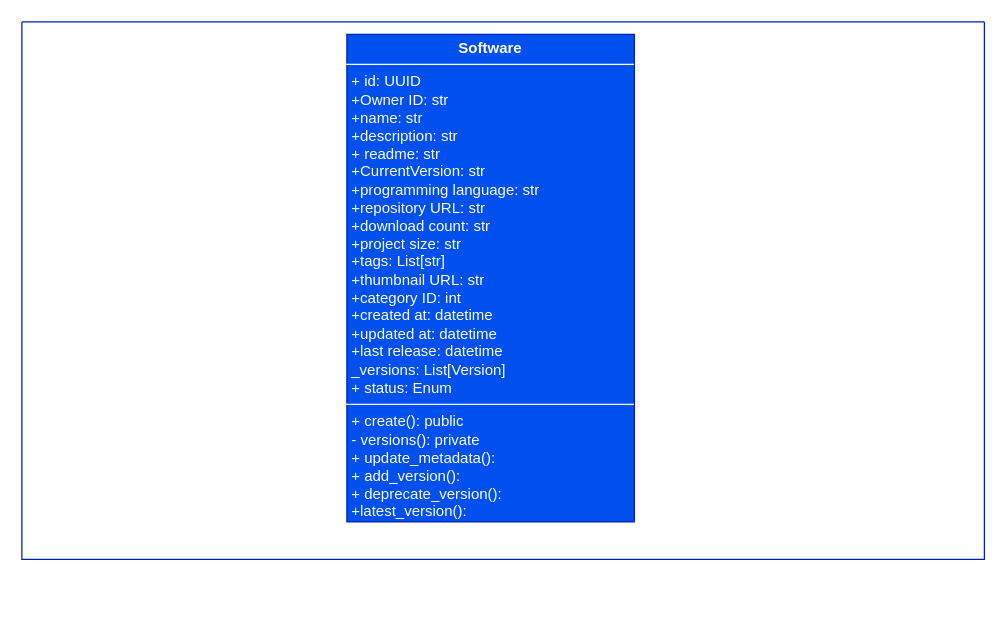
The draw.io diagram sms.drawio in peter-289/Tech-Pulse-, before the edit. Source tidied: cells renumbered, new cells numbered last; positions are measured from the earlier drawing's top-left corner, leaving out a move shared by most shapes. Both pictures are drawn from the tidied source at 125%, with x=0, y=0 at pixel (21, 21).
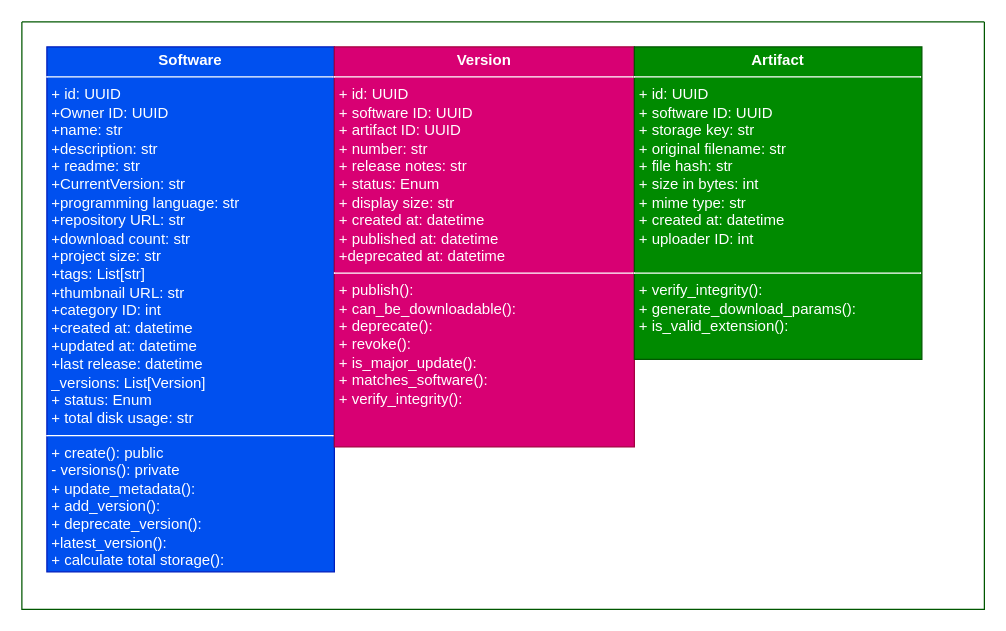
After the change.

Change to the diagram source:
```diff
@@
 <mxGraphModel>
   <root>
     <mxCell id="0" />
     <mxCell id="1" parent="0" />
-    <mxCell id="2" style="swimlane;startSize=0;fillColor=#0050ef;fontColor=#ffffff;strokeColor=#001DBC;" parent="1" vertex="1">
-      <mxGeometry width="770" height="430" as="geometry" />
+    <mxCell id="2" style="swimlane;startSize=0;fillColor=#008a00;fontColor=#ffffff;strokeColor=#005700;" parent="1" vertex="1">
+      <mxGeometry width="770" height="470" as="geometry" />
     </mxCell>
-    <mxCell id="3" value="&lt;p style=&quot;margin:0px;margin-top:4px;text-align:center;&quot;&gt;&lt;b&gt;Software&lt;/b&gt;&lt;/p&gt;&lt;hr size=&quot;1&quot; style=&quot;border-style:solid;&quot;&gt;&lt;p style=&quot;margin:0px;margin-left:4px;&quot;&gt;+ id: UUID&lt;/p&gt;&lt;p style=&quot;margin:0px;margin-left:4px;&quot;&gt;+Owner ID: str&lt;/p&gt;&lt;p style=&quot;margin:0px;margin-left:4px;&quot;&gt;+name: str&lt;/p&gt;&lt;p style=&quot;margin:0px;margin-left:4px;&quot;&gt;+description: str&lt;/p&gt;&lt;p style=&quot;margin:0px;margin-left:4px;&quot;&gt;+ readme: str&lt;/p&gt;&lt;p style=&quot;margin:0px;margin-left:4px;&quot;&gt;+CurrentVersion: str&lt;/p&gt;&lt;p style=&quot;margin:0px;margin-left:4px;&quot;&gt;+programming language: str&lt;/p&gt;&lt;p style=&quot;margin:0px;margin-left:4px;&quot;&gt;+repository URL: str&lt;/p&gt;&lt;p style=&quot;margin:0px;margin-left:4px;&quot;&gt;+download count: str&lt;/p&gt;&lt;p style=&quot;margin:0px;margin-left:4px;&quot;&gt;+project size: str&lt;/p&gt;&lt;p style=&quot;margin:0px;margin-left:4px;&quot;&gt;+tags: List[str]&lt;/p&gt;&lt;p style=&quot;margin:0px;margin-left:4px;&quot;&gt;+thumbnail URL: str&lt;/p&gt;&lt;p style=&quot;margin:0px;margin-left:4px;&quot;&gt;+category ID: int&lt;/p&gt;&lt;p style=&quot;margin:0px;margin-left:4px;&quot;&gt;+created at: datetime&lt;/p&gt;&lt;p style=&quot;margin:0px;margin-left:4px;&quot;&gt;+updated at: datetime&lt;/p&gt;&lt;p style=&quot;margin:0px;margin-left:4px;&quot;&gt;+last release: datetime&lt;/p&gt;&lt;p style=&quot;margin:0px;margin-left:4px;&quot;&gt;_versions: List[Version]&lt;/p&gt;&lt;p style=&quot;margin:0px;margin-left:4px;&quot;&gt;+ status: Enum&lt;/p&gt;&lt;hr size=&quot;1&quot; style=&quot;border-style:solid;&quot;&gt;&lt;p style=&quot;margin:0px;margin-left:4px;&quot;&gt;+ create(): public&lt;/p&gt;&lt;p style=&quot;margin:0px;margin-left:4px;&quot;&gt;- versions(): private&lt;/p&gt;&lt;p style=&quot;margin:0px;margin-left:4px;&quot;&gt;+ update_metadata():&lt;/p&gt;&lt;p style=&quot;margin:0px;margin-left:4px;&quot;&gt;+ add_version():&lt;/p&gt;&lt;p style=&quot;margin:0px;margin-left:4px;&quot;&gt;+ deprecate_version():&lt;/p&gt;&lt;p style=&quot;margin:0px;margin-left:4px;&quot;&gt;+latest_version():&lt;/p&gt;&lt;p style=&quot;margin:0px;margin-left:4px;&quot;&gt;&lt;br&gt;&lt;/p&gt;" style="verticalAlign=top;align=left;overflow=fill;html=1;whiteSpace=wrap;fillColor=#0050ef;fontColor=#ffffff;strokeColor=#001DBC;" parent="2" vertex="1">
-      <mxGeometry x="260" y="10" width="230" height="390" as="geometry" />
+    <mxCell id="3" value="&lt;p style=&quot;margin:0px;margin-top:4px;text-align:center;&quot;&gt;&lt;b&gt;Software&lt;/b&gt;&lt;/p&gt;&lt;hr size=&quot;1&quot; style=&quot;border-style:solid;&quot;&gt;&lt;p style=&quot;margin:0px;margin-left:4px;&quot;&gt;+ id: UUID&lt;/p&gt;&lt;p style=&quot;margin:0px;margin-left:4px;&quot;&gt;+Owner ID: UUID&lt;/p&gt;&lt;p style=&quot;margin:0px;margin-left:4px;&quot;&gt;+name: str&lt;/p&gt;&lt;p style=&quot;margin:0px;margin-left:4px;&quot;&gt;+description: str&lt;/p&gt;&lt;p style=&quot;margin:0px;margin-left:4px;&quot;&gt;+ readme: str&lt;/p&gt;&lt;p style=&quot;margin:0px;margin-left:4px;&quot;&gt;+CurrentVersion: str&lt;/p&gt;&lt;p style=&quot;margin:0px;margin-left:4px;&quot;&gt;+programming language: str&lt;/p&gt;&lt;p style=&quot;margin:0px;margin-left:4px;&quot;&gt;+repository URL: str&lt;/p&gt;&lt;p style=&quot;margin:0px;margin-left:4px;&quot;&gt;+download count: str&lt;/p&gt;&lt;p style=&quot;margin:0px;margin-left:4px;&quot;&gt;+project size: str&lt;/p&gt;&lt;p style=&quot;margin:0px;margin-left:4px;&quot;&gt;+tags: List[str]&lt;/p&gt;&lt;p style=&quot;margin:0px;margin-left:4px;&quot;&gt;+thumbnail URL: str&lt;/p&gt;&lt;p style=&quot;margin:0px;margin-left:4px;&quot;&gt;+category ID: int&lt;/p&gt;&lt;p style=&quot;margin:0px;margin-left:4px;&quot;&gt;+created at: datetime&lt;/p&gt;&lt;p style=&quot;margin:0px;margin-left:4px;&quot;&gt;+updated at: datetime&lt;/p&gt;&lt;p style=&quot;margin:0px;margin-left:4px;&quot;&gt;+last release: datetime&lt;/p&gt;&lt;p style=&quot;margin:0px;margin-left:4px;&quot;&gt;_versions: List[Version]&lt;/p&gt;&lt;p style=&quot;margin:0px;margin-left:4px;&quot;&gt;+ status: Enum&lt;/p&gt;&lt;p style=&quot;margin:0px;margin-left:4px;&quot;&gt;+ total disk usage: str&lt;/p&gt;&lt;hr size=&quot;1&quot; style=&quot;border-style:solid;&quot;&gt;&lt;p style=&quot;margin:0px;margin-left:4px;&quot;&gt;+ create(): public&lt;/p&gt;&lt;p style=&quot;margin:0px;margin-left:4px;&quot;&gt;- versions(): private&lt;/p&gt;&lt;p style=&quot;margin:0px;margin-left:4px;&quot;&gt;+ update_metadata():&lt;/p&gt;&lt;p style=&quot;margin:0px;margin-left:4px;&quot;&gt;+ add_version():&lt;/p&gt;&lt;p style=&quot;margin:0px;margin-left:4px;&quot;&gt;+ deprecate_version():&lt;/p&gt;&lt;p style=&quot;margin:0px;margin-left:4px;&quot;&gt;+latest_version():&lt;/p&gt;&lt;p style=&quot;margin:0px;margin-left:4px;&quot;&gt;+ calculate total storage():&lt;/p&gt;&lt;p style=&quot;margin:0px;margin-left:4px;&quot;&gt;&lt;br&gt;&lt;/p&gt;" style="verticalAlign=top;align=left;overflow=fill;html=1;whiteSpace=wrap;fillColor=#0050ef;fontColor=#ffffff;strokeColor=#001DBC;" parent="2" vertex="1">
+      <mxGeometry x="20" y="20" width="230" height="420" as="geometry" />
     </mxCell>
+    <mxCell id="4" value="&lt;p style=&quot;margin:0px;margin-top:4px;text-align:center;&quot;&gt;&lt;b&gt;Version&lt;/b&gt;&lt;/p&gt;&lt;hr size=&quot;1&quot; style=&quot;border-style:solid;&quot;&gt;&lt;p style=&quot;margin:0px;margin-left:4px;&quot;&gt;+ id: UUID&lt;/p&gt;&lt;p style=&quot;margin:0px;margin-left:4px;&quot;&gt;+ software ID: UUID&lt;/p&gt;&lt;p style=&quot;margin:0px;margin-left:4px;&quot;&gt;+ artifact ID: UUID&lt;/p&gt;&lt;p style=&quot;margin:0px;margin-left:4px;&quot;&gt;+ number: str&lt;/p&gt;&lt;p style=&quot;margin:0px;margin-left:4px;&quot;&gt;+ release notes: str&lt;/p&gt;&lt;p style=&quot;margin:0px;margin-left:4px;&quot;&gt;+ status: Enum&lt;/p&gt;&lt;p style=&quot;margin:0px;margin-left:4px;&quot;&gt;+ display size: str&lt;/p&gt;&lt;p style=&quot;margin:0px;margin-left:4px;&quot;&gt;+ created at: datetime&lt;/p&gt;&lt;p style=&quot;margin:0px;margin-left:4px;&quot;&gt;+ published at: datetime&lt;/p&gt;&lt;p style=&quot;margin:0px;margin-left:4px;&quot;&gt;+deprecated at: datetime&lt;/p&gt;&lt;hr size=&quot;1&quot; style=&quot;border-style:solid;&quot;&gt;&lt;p style=&quot;margin:0px;margin-left:4px;&quot;&gt;+ publish():&amp;nbsp;&lt;/p&gt;&lt;p style=&quot;margin:0px;margin-left:4px;&quot;&gt;+ can_be_downloadable():&lt;/p&gt;&lt;p style=&quot;margin:0px;margin-left:4px;&quot;&gt;+ deprecate():&lt;/p&gt;&lt;p style=&quot;margin:0px;margin-left:4px;&quot;&gt;+ revoke():&lt;/p&gt;&lt;p style=&quot;margin:0px;margin-left:4px;&quot;&gt;+ is_major_update():&lt;/p&gt;&lt;p style=&quot;margin:0px;margin-left:4px;&quot;&gt;+ matches_software():&lt;/p&gt;&lt;p style=&quot;margin:0px;margin-left:4px;&quot;&gt;+ verify_integrity():&lt;/p&gt;&lt;p style=&quot;margin:0px;margin-left:4px;&quot;&gt;&lt;br&gt;&lt;/p&gt;&lt;p style=&quot;margin:0px;margin-left:4px;&quot;&gt;&lt;br&gt;&lt;/p&gt;" style="verticalAlign=top;align=left;overflow=fill;html=1;whiteSpace=wrap;fillColor=#d80073;fontColor=#ffffff;strokeColor=#A50040;" parent="2" vertex="1">
+      <mxGeometry x="250" y="20" width="240" height="320" as="geometry" />
+    </mxCell>
+    <mxCell id="5" value="&lt;p style=&quot;margin:0px;margin-top:4px;text-align:center;&quot;&gt;&lt;b&gt;Artifact&lt;/b&gt;&lt;/p&gt;&lt;hr size=&quot;1&quot; style=&quot;border-style:solid;&quot;&gt;&lt;p style=&quot;margin:0px;margin-left:4px;&quot;&gt;+ id: UUID&lt;/p&gt;&lt;p style=&quot;margin:0px;margin-left:4px;&quot;&gt;+ software ID: UUID&lt;/p&gt;&lt;p style=&quot;margin:0px;margin-left:4px;&quot;&gt;+ storage key: str&lt;/p&gt;&lt;p style=&quot;margin:0px;margin-left:4px;&quot;&gt;+ original filename: str&lt;/p&gt;&lt;p style=&quot;margin:0px;margin-left:4px;&quot;&gt;+ file hash: str&lt;/p&gt;&lt;p style=&quot;margin:0px;margin-left:4px;&quot;&gt;+ size in bytes: int&lt;/p&gt;&lt;p style=&quot;margin:0px;margin-left:4px;&quot;&gt;+ mime type: str&lt;/p&gt;&lt;p style=&quot;margin:0px;margin-left:4px;&quot;&gt;+ created at: datetime&lt;/p&gt;&lt;p style=&quot;margin:0px;margin-left:4px;&quot;&gt;+ uploader ID: int&lt;/p&gt;&lt;p style=&quot;margin:0px;margin-left:4px;&quot;&gt;&lt;br&gt;&lt;/p&gt;&lt;hr size=&quot;1&quot; style=&quot;border-style:solid;&quot;&gt;&lt;p style=&quot;margin:0px;margin-left:4px;&quot;&gt;+ verify_integrity():&lt;/p&gt;&lt;p style=&quot;margin:0px;margin-left:4px;&quot;&gt;+ generate_download_params():&lt;/p&gt;&lt;p style=&quot;margin:0px;margin-left:4px;&quot;&gt;+ is_valid_extension():&lt;/p&gt;&lt;p style=&quot;margin:0px;margin-left:4px;&quot;&gt;&lt;br&gt;&lt;/p&gt;" style="verticalAlign=top;align=left;overflow=fill;html=1;whiteSpace=wrap;fillColor=#008a00;fontColor=#ffffff;strokeColor=#005700;" parent="2" vertex="1">
+      <mxGeometry x="490" y="20" width="230" height="250" as="geometry" />
+    </mxCell>
   </root>
 </mxGraphModel>
```
